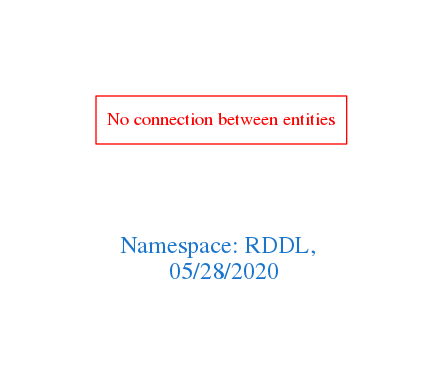
Above: downloads/RDDL.png in arago/OGIT (Graphviz), before the change. Its source is kept beside it as downloads/RDDL.dot.
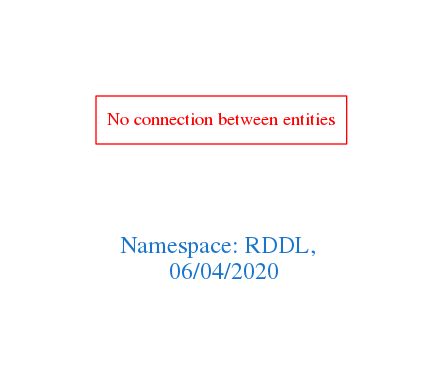
After the change.

What changed in the source:
```diff
@@ -1,7 +1,7 @@
 digraph OGIT_ontology {
  graph [ rankdir= LR,pad=1
 fontsize = 18,
-fontcolor= dodgerblue3,label = "\n\n\nNamespace: RDDL, \n 05/28/2020"];
+fontcolor= dodgerblue3,label = "\n\n\nNamespace: RDDL, \n 06/04/2020"];
 node[shape=polygon];
 edge [  color="gray81"];
 
```
